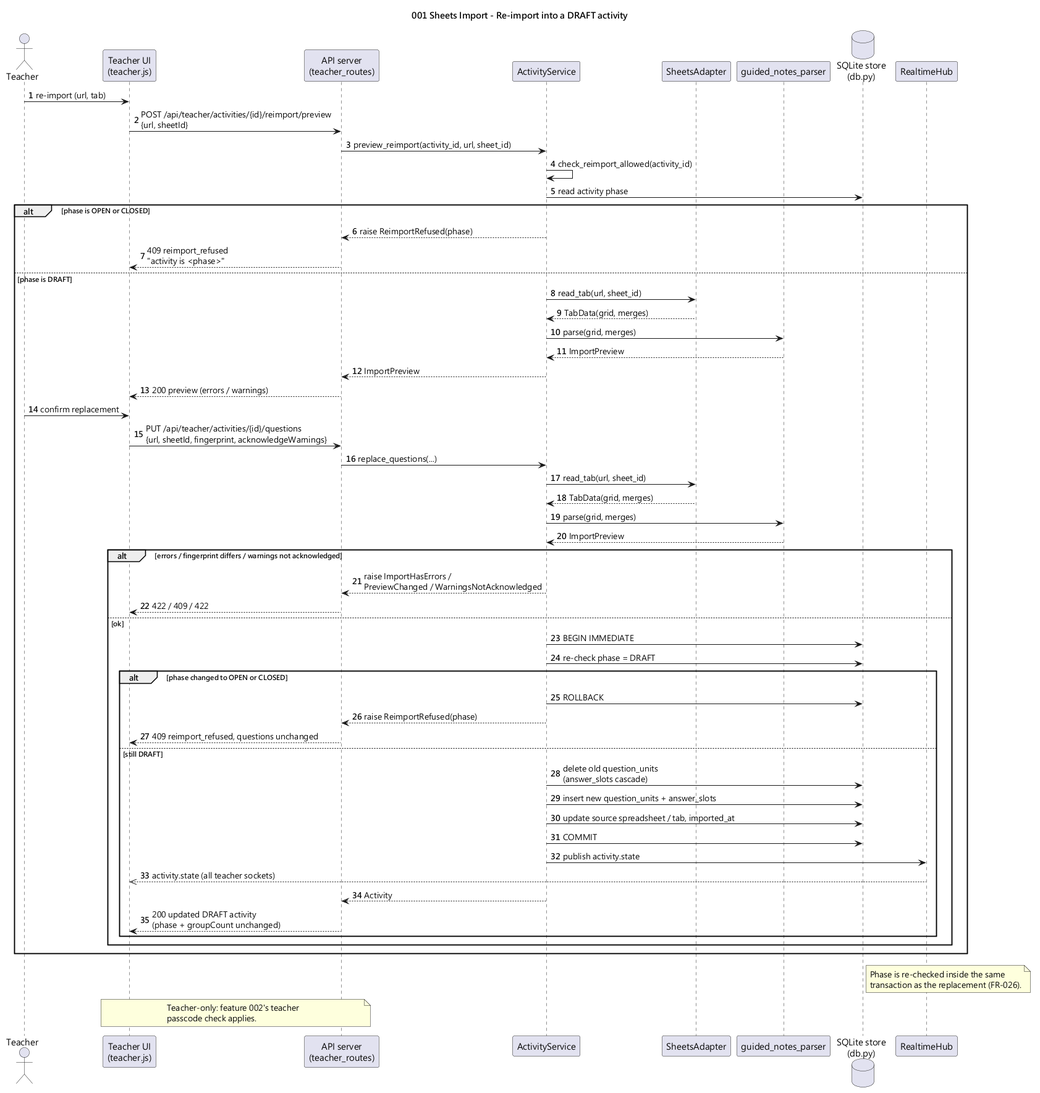
The PlantUML diagram diagrams/001-seq-reimport.png in WasabiSaikou/quiz-buzzer, before a commit.
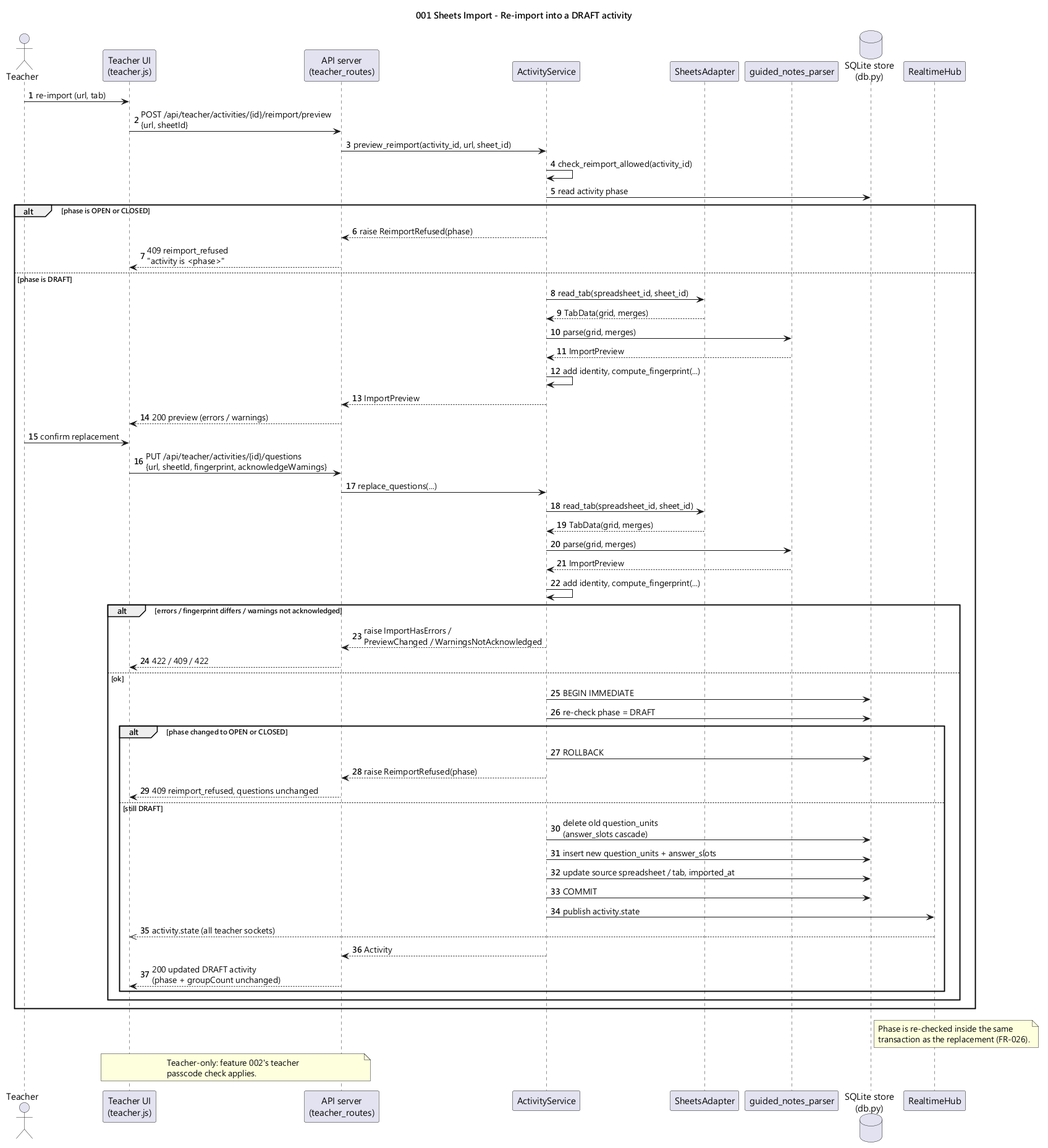
Later version of the same file.

The edit, as a diff of the source:
```diff
@@ -23,19 +23,21 @@
   ACT --> API : raise ReimportRefused(phase)
   API --> TUI : 409 reimport_refused\n"activity is <phase>"
 else phase is DRAFT
-  ACT -> SA : read_tab(url, sheet_id)
+  ACT -> SA : read_tab(spreadsheet_id, sheet_id)
   SA --> ACT : TabData(grid, merges)
   ACT -> PARSER : parse(grid, merges)
   PARSER --> ACT : ImportPreview
+  ACT -> ACT : add identity, compute_fingerprint(...)
   ACT --> API : ImportPreview
   API --> TUI : 200 preview (errors / warnings)
   Teacher -> TUI : confirm replacement
   TUI -> API : PUT /api/teacher/activities/{id}/questions\n{url, sheetId, fingerprint, acknowledgeWarnings}
   API -> ACT : replace_questions(...)
-  ACT -> SA : read_tab(url, sheet_id)
+  ACT -> SA : read_tab(spreadsheet_id, sheet_id)
   SA --> ACT : TabData(grid, merges)
   ACT -> PARSER : parse(grid, merges)
   PARSER --> ACT : ImportPreview
+  ACT -> ACT : add identity, compute_fingerprint(...)
   alt errors / fingerprint differs / warnings not acknowledged
     ACT --> API : raise ImportHasErrors /\nPreviewChanged / WarningsNotAcknowledged
     API --> TUI : 422 / 409 / 422
```
